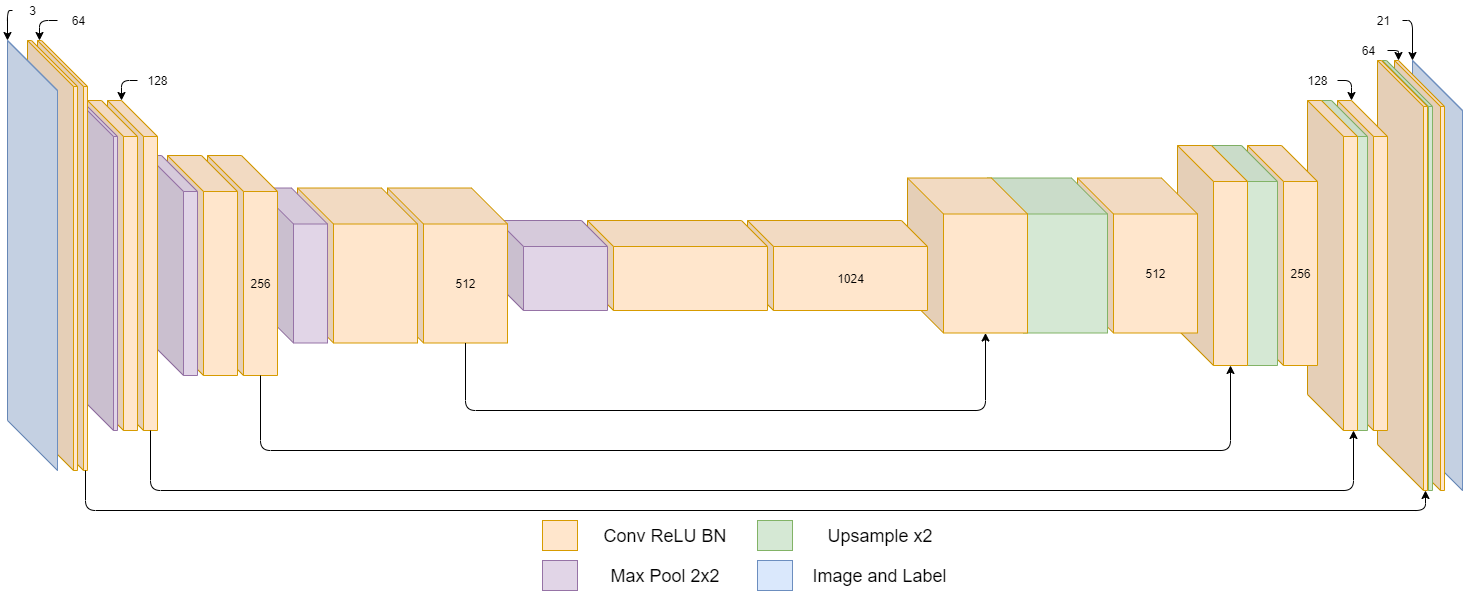
The draw.io diagram 3DSegmentNet.png in shroffs/PASCAL-VOC-2012-Segmentation-Experiment, before a commit. Source tidied: cells renumbered, new cells last; positions are measured from the earlier drawing's top-left corner, leaving out a move shared by most shapes.
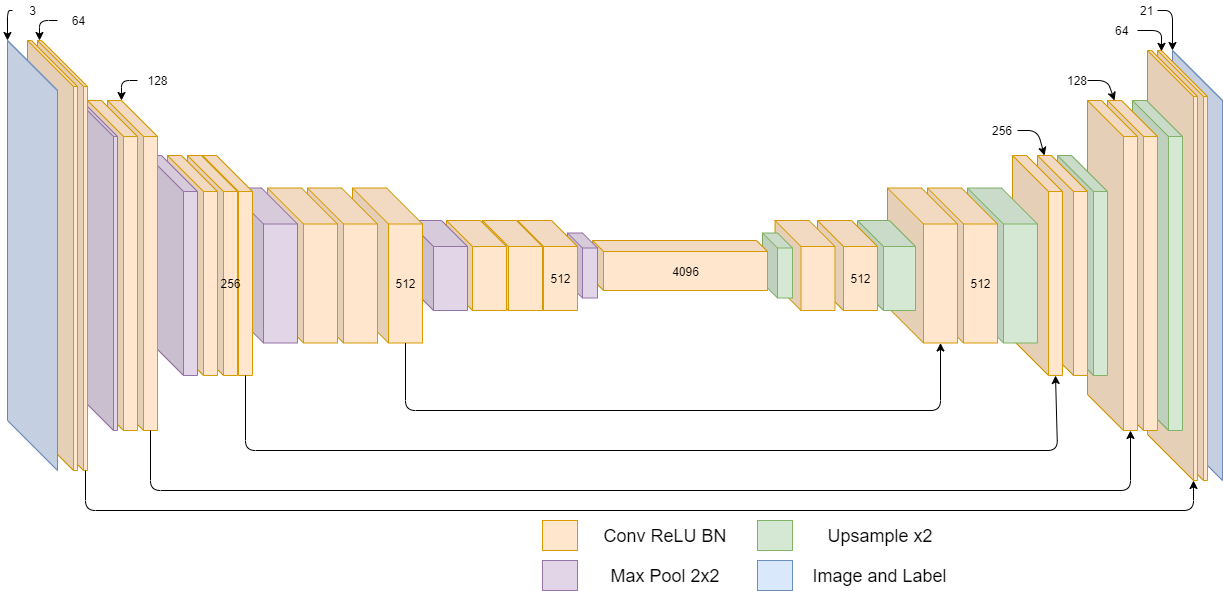
Above is the later version.

Change to the diagram source:
```diff
@@ -2,68 +2,92 @@
   <root>
     <mxCell id="0" />
     <mxCell id="1" parent="0" />
-    <mxCell id="2" style="shape=cube;whiteSpace=wrap;html=1;boundedLbl=1;backgroundOutline=1;darkOpacity=0.05;darkOpacity2=0.1;size=50;rotation=0;fillColor=#dae8fc;strokeColor=#6c8ebf;" parent="1" vertex="1">
-      <mxGeometry x="1405" y="60" width="50" height="430" as="geometry" />
-    </mxCell>
-    <mxCell id="3" style="shape=cube;whiteSpace=wrap;html=1;boundedLbl=1;backgroundOutline=1;darkOpacity=0.05;darkOpacity2=0.1;size=46;rotation=0;fillColor=#ffe6cc;strokeColor=#d79b00;" parent="1" vertex="1">
-      <mxGeometry x="1387" y="60" width="50" height="430" as="geometry" />
-    </mxCell>
-    <mxCell id="4" style="shape=cube;whiteSpace=wrap;html=1;boundedLbl=1;backgroundOutline=1;darkOpacity=0.05;darkOpacity2=0.1;size=46;rotation=0;fillColor=#d5e8d4;strokeColor=#82b366;" parent="1" vertex="1">
-      <mxGeometry x="1375" y="60" width="50" height="430" as="geometry" />
-    </mxCell>
-    <mxCell id="5" style="shape=cube;whiteSpace=wrap;html=1;boundedLbl=1;backgroundOutline=1;darkOpacity=0.05;darkOpacity2=0.1;size=46;rotation=0;fillColor=#ffe6cc;strokeColor=#d79b00;" parent="1" vertex="1">
-      <mxGeometry x="1370" y="60" width="50" height="430" as="geometry" />
-    </mxCell>
-    <mxCell id="6" style="shape=cube;whiteSpace=wrap;html=1;boundedLbl=1;backgroundOutline=1;darkOpacity=0.05;darkOpacity2=0.1;size=36;rotation=0;fillColor=#ffe6cc;strokeColor=#d79b00;" parent="1" vertex="1">
-      <mxGeometry x="1330" y="100" width="50" height="330" as="geometry" />
-    </mxCell>
-    <mxCell id="7" style="shape=cube;whiteSpace=wrap;html=1;boundedLbl=1;backgroundOutline=1;darkOpacity=0.05;darkOpacity2=0.1;size=36;rotation=0;fillColor=#d5e8d4;strokeColor=#82b366;" parent="1" vertex="1">
-      <mxGeometry x="1310" y="100" width="50" height="330" as="geometry" />
-    </mxCell>
-    <mxCell id="8" style="shape=cube;whiteSpace=wrap;html=1;boundedLbl=1;backgroundOutline=1;darkOpacity=0.05;darkOpacity2=0.1;size=36;rotation=0;fillColor=#ffe6cc;strokeColor=#d79b00;" parent="1" vertex="1">
-      <mxGeometry x="1300" y="100" width="50" height="330" as="geometry" />
-    </mxCell>
-    <mxCell id="9" value="256" style="shape=cube;whiteSpace=wrap;html=1;boundedLbl=1;backgroundOutline=1;darkOpacity=0.05;darkOpacity2=0.1;size=36;rotation=0;fillColor=#ffe6cc;strokeColor=#d79b00;" parent="1" vertex="1">
-      <mxGeometry x="1240" y="145" width="70" height="220" as="geometry" />
-    </mxCell>
-    <mxCell id="10" style="shape=cube;whiteSpace=wrap;html=1;boundedLbl=1;backgroundOutline=1;darkOpacity=0.05;darkOpacity2=0.1;size=36;rotation=0;fillColor=#d5e8d4;strokeColor=#82b366;" parent="1" vertex="1">
-      <mxGeometry x="1200" y="145" width="70" height="220" as="geometry" />
-    </mxCell>
-    <mxCell id="11" style="shape=cube;whiteSpace=wrap;html=1;boundedLbl=1;backgroundOutline=1;darkOpacity=0.05;darkOpacity2=0.1;size=36;rotation=0;fillColor=#ffe6cc;strokeColor=#d79b00;" parent="1" vertex="1">
-      <mxGeometry x="1170" y="145" width="70" height="220" as="geometry" />
-    </mxCell>
+    <mxCell id="54" style="shape=cube;whiteSpace=wrap;html=1;boundedLbl=1;backgroundOutline=1;darkOpacity=0.05;darkOpacity2=0.1;size=50;rotation=0;fillColor=#dae8fc;strokeColor=#6c8ebf;" parent="1" vertex="1">
+      <mxGeometry x="1165" y="50" width="50" height="430" as="geometry" />
+    </mxCell>
+    <mxCell id="55" style="shape=cube;whiteSpace=wrap;html=1;boundedLbl=1;backgroundOutline=1;darkOpacity=0.05;darkOpacity2=0.1;size=46;rotation=0;fillColor=#ffe6cc;strokeColor=#d79b00;" parent="1" vertex="1">
+      <mxGeometry x="1150" y="50" width="50" height="430" as="geometry" />
+    </mxCell>
+    <mxCell id="56" style="shape=cube;whiteSpace=wrap;html=1;boundedLbl=1;backgroundOutline=1;darkOpacity=0.05;darkOpacity2=0.1;size=46;rotation=0;fillColor=#ffe6cc;strokeColor=#d79b00;" parent="1" vertex="1">
+      <mxGeometry x="1140" y="50" width="50" height="430" as="geometry" />
+    </mxCell>
+    <mxCell id="57" style="shape=cube;whiteSpace=wrap;html=1;boundedLbl=1;backgroundOutline=1;darkOpacity=0.05;darkOpacity2=0.1;size=36;rotation=0;fillColor=#d5e8d4;strokeColor=#82b366;" parent="1" vertex="1">
+      <mxGeometry x="1125" y="100" width="50" height="330" as="geometry" />
+    </mxCell>
+    <mxCell id="58" style="shape=cube;whiteSpace=wrap;html=1;boundedLbl=1;backgroundOutline=1;darkOpacity=0.05;darkOpacity2=0.1;size=36;rotation=0;fillColor=#ffe6cc;strokeColor=#d79b00;" parent="1" vertex="1">
+      <mxGeometry x="1100" y="100" width="50" height="330" as="geometry" />
+    </mxCell>
+    <mxCell id="59" style="shape=cube;whiteSpace=wrap;html=1;boundedLbl=1;backgroundOutline=1;darkOpacity=0.05;darkOpacity2=0.1;size=36;rotation=0;fillColor=#ffe6cc;strokeColor=#d79b00;" parent="1" vertex="1">
+      <mxGeometry x="1080" y="100" width="50" height="330" as="geometry" />
+    </mxCell>
+    <mxCell id="60" style="shape=cube;whiteSpace=wrap;html=1;boundedLbl=1;backgroundOutline=1;darkOpacity=0.05;darkOpacity2=0.1;size=36;rotation=0;fillColor=#d5e8d4;strokeColor=#82b366;" parent="1" vertex="1">
+      <mxGeometry x="1050" y="155" width="50" height="220" as="geometry" />
+    </mxCell>
+    <mxCell id="61" style="shape=cube;whiteSpace=wrap;html=1;boundedLbl=1;backgroundOutline=1;darkOpacity=0.05;darkOpacity2=0.1;size=36;rotation=0;fillColor=#ffe6cc;strokeColor=#d79b00;" parent="1" vertex="1">
+      <mxGeometry x="1030" y="155" width="50" height="220" as="geometry" />
+    </mxCell>
+    <mxCell id="62" style="shape=cube;whiteSpace=wrap;html=1;boundedLbl=1;backgroundOutline=1;darkOpacity=0.05;darkOpacity2=0.1;size=36;rotation=0;fillColor=#ffe6cc;strokeColor=#d79b00;" parent="1" vertex="1">
+      <mxGeometry x="1005" y="155" width="50" height="220" as="geometry" />
+    </mxCell>
+    <mxCell id="63" style="shape=cube;whiteSpace=wrap;html=1;boundedLbl=1;backgroundOutline=1;darkOpacity=0.05;darkOpacity2=0.1;size=36;rotation=0;fillColor=#d5e8d4;strokeColor=#82b366;" parent="1" vertex="1">
+      <mxGeometry x="960" y="187.5" width="70" height="155" as="geometry" />
+    </mxCell>
     <mxCell id="12" value="512" style="shape=cube;whiteSpace=wrap;html=1;boundedLbl=1;backgroundOutline=1;darkOpacity=0.05;darkOpacity2=0.1;size=36;rotation=0;fillColor=#ffe6cc;strokeColor=#d79b00;" parent="1" vertex="1">
-      <mxGeometry x="1070" y="177.5" width="120" height="155" as="geometry" />
+      <mxGeometry x="920" y="187.5" width="70" height="155" as="geometry" />
     </mxCell>
-    <mxCell id="13" style="shape=cube;whiteSpace=wrap;html=1;boundedLbl=1;backgroundOutline=1;darkOpacity=0.05;darkOpacity2=0.1;size=36;rotation=0;fillColor=#d5e8d4;strokeColor=#82b366;" parent="1" vertex="1">
-      <mxGeometry x="980" y="177.5" width="120" height="155" as="geometry" />
-    </mxCell>
-    <mxCell id="14" style="shape=cube;whiteSpace=wrap;html=1;boundedLbl=1;backgroundOutline=1;darkOpacity=0.05;darkOpacity2=0.1;size=36;rotation=0;fillColor=#ffe6cc;strokeColor=#d79b00;" parent="1" vertex="1">
-      <mxGeometry x="900" y="177.5" width="120" height="155" as="geometry" />
-    </mxCell>
+    <mxCell id="64" style="shape=cube;whiteSpace=wrap;html=1;boundedLbl=1;backgroundOutline=1;darkOpacity=0.05;darkOpacity2=0.1;size=36;rotation=0;fillColor=#ffe6cc;strokeColor=#d79b00;" parent="1" vertex="1">
+      <mxGeometry x="880" y="187.5" width="70" height="155" as="geometry" />
+    </mxCell>
+    <mxCell id="65" style="shape=cube;whiteSpace=wrap;html=1;boundedLbl=1;backgroundOutline=1;darkOpacity=0.05;darkOpacity2=0.1;size=26;rotation=0;fillColor=#d5e8d4;strokeColor=#82b366;" parent="1" vertex="1">
+      <mxGeometry x="850" y="220" width="58" height="90" as="geometry" />
+    </mxCell>
+    <mxCell id="66" value="512" style="shape=cube;whiteSpace=wrap;html=1;boundedLbl=1;backgroundOutline=1;darkOpacity=0.05;darkOpacity2=0.1;size=26;rotation=0;fillColor=#ffe6cc;strokeColor=#d79b00;" parent="1" vertex="1">
+      <mxGeometry x="810" y="220" width="60" height="90" as="geometry" />
+    </mxCell>
+    <mxCell id="67" style="shape=cube;whiteSpace=wrap;html=1;boundedLbl=1;backgroundOutline=1;darkOpacity=0.05;darkOpacity2=0.1;size=26;rotation=0;fillColor=#ffe6cc;strokeColor=#d79b00;" parent="1" vertex="1">
+      <mxGeometry x="767.5" y="220" width="60" height="90" as="geometry" />
+    </mxCell>
+    <mxCell id="68" style="shape=cube;whiteSpace=wrap;html=1;boundedLbl=1;backgroundOutline=1;darkOpacity=0.05;darkOpacity2=0.1;size=15;rotation=0;fillColor=#d5e8d4;strokeColor=#82b366;" parent="1" vertex="1">
+      <mxGeometry x="755" y="232.5" width="30" height="65" as="geometry" />
+    </mxCell>
+    <mxCell id="69" value="4096" style="shape=cube;whiteSpace=wrap;html=1;boundedLbl=1;backgroundOutline=1;darkOpacity=0.05;darkOpacity2=0.1;size=11;rotation=0;fillColor=#ffe6cc;strokeColor=#d79b00;" parent="1" vertex="1">
+      <mxGeometry x="585" y="240" width="175" height="50" as="geometry" />
+    </mxCell>
+    <mxCell id="70" style="shape=cube;whiteSpace=wrap;html=1;boundedLbl=1;backgroundOutline=1;darkOpacity=0.05;darkOpacity2=0.1;size=15;rotation=0;fillColor=#e1d5e7;strokeColor=#9673a6;" parent="1" vertex="1">
+      <mxGeometry x="560" y="232.5" width="30" height="65" as="geometry" />
+    </mxCell>
-    <mxCell id="15" value="1024" style="shape=cube;whiteSpace=wrap;html=1;boundedLbl=1;backgroundOutline=1;darkOpacity=0.05;darkOpacity2=0.1;size=26;rotation=0;fillColor=#ffe6cc;strokeColor=#d79b00;" parent="1" vertex="1">
-      <mxGeometry x="740" y="220" width="180" height="90" as="geometry" />
+    <mxCell id="15" value="512" style="shape=cube;whiteSpace=wrap;html=1;boundedLbl=1;backgroundOutline=1;darkOpacity=0.05;darkOpacity2=0.1;size=26;rotation=0;fillColor=#ffe6cc;strokeColor=#d79b00;" parent="1" vertex="1">
+      <mxGeometry x="510" y="220" width="60" height="90" as="geometry" />
     </mxCell>
     <mxCell id="16" style="shape=cube;whiteSpace=wrap;html=1;boundedLbl=1;backgroundOutline=1;darkOpacity=0.05;darkOpacity2=0.1;size=26;rotation=0;fillColor=#ffe6cc;strokeColor=#d79b00;" parent="1" vertex="1">
-      <mxGeometry x="580" y="220" width="180" height="90" as="geometry" />
+      <mxGeometry x="475" y="220" width="60" height="90" as="geometry" />
     </mxCell>
+    <mxCell id="71" style="shape=cube;whiteSpace=wrap;html=1;boundedLbl=1;backgroundOutline=1;darkOpacity=0.05;darkOpacity2=0.1;size=26;rotation=0;fillColor=#ffe6cc;strokeColor=#d79b00;" parent="1" vertex="1">
+      <mxGeometry x="439" y="220" width="60" height="90" as="geometry" />
+    </mxCell>
     <mxCell id="17" style="shape=cube;whiteSpace=wrap;html=1;boundedLbl=1;backgroundOutline=1;darkOpacity=0.05;darkOpacity2=0.1;size=26;rotation=0;fillColor=#e1d5e7;strokeColor=#9673a6;" parent="1" vertex="1">
-      <mxGeometry x="490" y="220" width="110" height="90" as="geometry" />
+      <mxGeometry x="400" y="220" width="60" height="90" as="geometry" />
     </mxCell>
     <mxCell id="18" value="512" style="shape=cube;whiteSpace=wrap;html=1;boundedLbl=1;backgroundOutline=1;darkOpacity=0.05;darkOpacity2=0.1;size=36;rotation=0;fillColor=#ffe6cc;strokeColor=#d79b00;" parent="1" vertex="1">
-      <mxGeometry x="380" y="187.5" width="120" height="155" as="geometry" />
+      <mxGeometry x="345" y="187.5" width="70" height="155" as="geometry" />
     </mxCell>
     <mxCell id="19" style="shape=cube;whiteSpace=wrap;html=1;boundedLbl=1;backgroundOutline=1;darkOpacity=0.05;darkOpacity2=0.1;size=36;rotation=0;fillColor=#ffe6cc;strokeColor=#d79b00;" parent="1" vertex="1">
-      <mxGeometry x="290" y="187.5" width="120" height="155" as="geometry" />
+      <mxGeometry x="300" y="187.5" width="70" height="155" as="geometry" />
     </mxCell>
+    <mxCell id="72" style="shape=cube;whiteSpace=wrap;html=1;boundedLbl=1;backgroundOutline=1;darkOpacity=0.05;darkOpacity2=0.1;size=36;rotation=0;fillColor=#ffe6cc;strokeColor=#d79b00;" parent="1" vertex="1">
+      <mxGeometry x="260" y="187.5" width="70" height="155" as="geometry" />
+    </mxCell>
-    <mxCell id="20" style="shape=cube;whiteSpace=wrap;html=1;boundedLbl=1;backgroundOutline=1;darkOpacity=0.05;darkOpacity2=0.1;size=36;rotation=0;fillColor=#e1d5e7;strokeColor=#9673a6;" parent="1" vertex="1">
-      <mxGeometry x="250" y="187.5" width="70" height="155" as="geometry" />
+    <mxCell id="20" style="shape=cube;whiteSpace=wrap;html=1;boundedLbl=1;backgroundOutline=1;darkOpacity=0.05;darkOpacity2=0.1;size=36;rotation=0;fillColor=#e1d5e7;strokeColor=#9673a6;fontStyle=1;" parent="1" vertex="1">
+      <mxGeometry x="220" y="187.5" width="70" height="155" as="geometry" />
     </mxCell>
+    <mxCell id="73" style="shape=cube;whiteSpace=wrap;html=1;boundedLbl=1;backgroundOutline=1;darkOpacity=0.05;darkOpacity2=0.1;size=36;rotation=0;fillColor=#ffe6cc;strokeColor=#d79b00;" parent="1" vertex="1">
+      <mxGeometry x="195" y="155" width="50" height="220" as="geometry" />
+    </mxCell>
     <mxCell id="21" value="256" style="shape=cube;whiteSpace=wrap;html=1;boundedLbl=1;backgroundOutline=1;darkOpacity=0.05;darkOpacity2=0.1;size=36;rotation=0;fillColor=#ffe6cc;strokeColor=#d79b00;" parent="1" vertex="1">
-      <mxGeometry x="200" y="155" width="70" height="220" as="geometry" />
+      <mxGeometry x="180" y="155" width="50" height="220" as="geometry" />
     </mxCell>
     <mxCell id="22" style="shape=cube;whiteSpace=wrap;html=1;boundedLbl=1;backgroundOutline=1;darkOpacity=0.05;darkOpacity2=0.1;size=36;rotation=0;fillColor=#ffe6cc;strokeColor=#d79b00;" parent="1" vertex="1">
-      <mxGeometry x="160" y="155" width="70" height="220" as="geometry" />
+      <mxGeometry x="160" y="155" width="50" height="220" as="geometry" />
     </mxCell>
     <mxCell id="23" style="shape=cube;whiteSpace=wrap;html=1;boundedLbl=1;backgroundOutline=1;darkOpacity=0.05;darkOpacity2=0.1;size=36;rotation=0;fillColor=#e1d5e7;strokeColor=#9673a6;" parent="1" vertex="1">
       <mxGeometry x="140" y="155" width="50" height="220" as="geometry" />
@@ -86,35 +110,35 @@
     <mxCell id="29" style="shape=cube;whiteSpace=wrap;html=1;boundedLbl=1;backgroundOutline=1;darkOpacity=0.05;darkOpacity2=0.1;size=50;rotation=0;fillColor=#dae8fc;strokeColor=#6c8ebf;" parent="1" vertex="1">
       <mxGeometry y="40" width="50" height="430" as="geometry" />
     </mxCell>
-    <mxCell id="30" style="endArrow=classic;html=1;exitX=0;exitY=0;exitDx=48;exitDy=430;exitPerimeter=0;entryX=0;entryY=0;entryDx=48;entryDy=430;entryPerimeter=0;" parent="1" edge="1" source="27" target="5">
+    <mxCell id="30" style="endArrow=classic;html=1;exitX=0;exitY=0;exitDx=48;exitDy=430;exitPerimeter=0;entryX=0;entryY=0;entryDx=46;entryDy=430;entryPerimeter=0;" parent="1" edge="1" source="27" target="56">
       <mxGeometry relative="1" as="geometry">
         <Array as="points">
           <mxPoint x="78" y="510" />
-          <mxPoint x="1418" y="510" />
+          <mxPoint x="1186" y="510" />
         </Array>
       </mxGeometry>
     </mxCell>
-    <mxCell id="31" style="endArrow=classic;html=1;exitX=0;exitY=0;exitDx=43;exitDy=330;exitPerimeter=0;entryX=0;entryY=0;entryDx=36;entryDy=330;entryPerimeter=0;" parent="1" edge="1" source="24" target="7">
+    <mxCell id="31" style="endArrow=classic;html=1;exitX=0;exitY=0;exitDx=43;exitDy=330;exitPerimeter=0;entryX=0;entryY=0;entryDx=43;entryDy=330;entryPerimeter=0;" parent="1" edge="1" source="24" target="59">
       <mxGeometry relative="1" as="geometry">
         <Array as="points">
           <mxPoint x="143" y="490" />
-          <mxPoint x="1346" y="490" />
+          <mxPoint x="1123" y="490" />
         </Array>
       </mxGeometry>
     </mxCell>
-    <mxCell id="32" style="endArrow=classic;html=1;exitX=0;exitY=0;exitDx=53;exitDy=220;exitPerimeter=0;entryX=0;entryY=0;entryDx=53;entryDy=220;entryPerimeter=0;" parent="1" edge="1" source="21" target="11">
+    <mxCell id="32" style="endArrow=classic;html=1;exitX=0;exitY=0;exitDx=43;exitDy=220;exitPerimeter=0;entryX=0;entryY=0;entryDx=43;entryDy=220;entryPerimeter=0;" parent="1" edge="1" source="73" target="62">
       <mxGeometry relative="1" as="geometry">
         <Array as="points">
-          <mxPoint x="253" y="450" />
-          <mxPoint x="1223" y="450" />
+          <mxPoint x="238" y="450" />
+          <mxPoint x="1050" y="450" />
         </Array>
       </mxGeometry>
     </mxCell>
-    <mxCell id="33" style="endArrow=classic;html=1;exitX=0;exitY=0;exitDx=78;exitDy=155;exitPerimeter=0;entryX=0;entryY=0;entryDx=78;entryDy=155;entryPerimeter=0;" parent="1" edge="1" source="18" target="14">
+    <mxCell id="33" style="endArrow=classic;html=1;exitX=0;exitY=0;exitDx=53;exitDy=155;exitPerimeter=0;entryX=0;entryY=0;entryDx=53;entryDy=155;entryPerimeter=0;" parent="1" edge="1" source="18" target="64">
       <mxGeometry relative="1" as="geometry">
         <Array as="points">
-          <mxPoint x="458" y="410" />
-          <mxPoint x="978" y="410" />
+          <mxPoint x="398" y="410" />
+          <mxPoint x="933" y="410" />
         </Array>
       </mxGeometry>
     </mxCell>
@@ -148,36 +172,6 @@
     <mxCell id="39" value="128" style="text;html=1;strokeColor=none;fillColor=none;align=center;verticalAlign=middle;whiteSpace=wrap;rounded=0;" parent="1" vertex="1">
       <mxGeometry x="130" y="70" width="40" height="20" as="geometry" />
     </mxCell>
-    <mxCell id="40" style="endArrow=classic;html=1;entryX=0;entryY=0;entryDx=14;entryDy=0;entryPerimeter=0;" parent="1" edge="1" source="41" target="6">
-      <mxGeometry relative="1" as="geometry">
-        <Array as="points">
-          <mxPoint x="1344" y="80" />
-        </Array>
-      </mxGeometry>
-    </mxCell>
-    <mxCell id="41" value="128" style="text;html=1;strokeColor=none;fillColor=none;align=center;verticalAlign=middle;whiteSpace=wrap;rounded=0;" parent="1" vertex="1">
-      <mxGeometry x="1290" y="70" width="40" height="20" as="geometry" />
-    </mxCell>
-    <mxCell id="42" style="endArrow=classic;html=1;entryX=0;entryY=0;entryDx=4;entryDy=0;entryPerimeter=0;" parent="1" edge="1" source="43" target="3">
-      <mxGeometry relative="1" as="geometry">
-        <Array as="points">
-          <mxPoint x="1391" y="50" />
-        </Array>
-      </mxGeometry>
-    </mxCell>
-    <mxCell id="43" value="64" style="text;html=1;strokeColor=none;fillColor=none;align=center;verticalAlign=middle;whiteSpace=wrap;rounded=0;" parent="1" vertex="1">
-      <mxGeometry x="1340" y="40" width="40" height="20" as="geometry" />
-    </mxCell>
-    <mxCell id="44" style="endArrow=classic;html=1;entryX=0;entryY=0;entryDx=0;entryDy=0;entryPerimeter=0;" parent="1" edge="1" source="45" target="2">
-      <mxGeometry relative="1" as="geometry">
-        <Array as="points">
-          <mxPoint x="1405" y="20" />
-        </Array>
-      </mxGeometry>
-    </mxCell>
-    <mxCell id="45" value="21" style="text;html=1;strokeColor=none;fillColor=none;align=center;verticalAlign=middle;whiteSpace=wrap;rounded=0;" parent="1" vertex="1">
-      <mxGeometry x="1355" y="10" width="40" height="20" as="geometry" />
-    </mxCell>
     <mxCell id="46" style="rounded=0;whiteSpace=wrap;html=1;fillColor=#ffe6cc;strokeColor=#d79b00;" parent="1" vertex="1">
       <mxGeometry x="535" y="520" width="35" height="30" as="geometry" />
     </mxCell>
@@ -202,5 +196,49 @@
     <mxCell id="53" value="&lt;font style=&quot;font-size: 18px&quot;&gt;Image and Label&lt;/font&gt;" style="text;html=1;strokeColor=none;fillColor=none;align=center;verticalAlign=middle;whiteSpace=wrap;rounded=0;strokeWidth=8;" parent="1" vertex="1">
       <mxGeometry x="800" y="565" width="145" height="20" as="geometry" />
     </mxCell>
+    <mxCell id="74" style="endArrow=classic;html=1;entryX=0;entryY=0;entryDx=7;entryDy=0;entryPerimeter=0;" parent="1" edge="1" target="61">
+      <mxGeometry relative="1" as="geometry">
+        <mxPoint x="1010" y="130" as="sourcePoint" />
+        <Array as="points">
+          <mxPoint x="1030" y="130" />
+        </Array>
+      </mxGeometry>
+    </mxCell>
+    <mxCell id="9" value="256&lt;br&gt;" style="text;html=1;align=center;verticalAlign=middle;" parent="1" vertex="1">
+      <mxGeometry x="975" y="120" width="40" height="20" as="geometry" />
+    </mxCell>
+    <mxCell id="75" style="endArrow=classic;html=1;entryX=0;entryY=0;entryDx=7;entryDy=0;entryPerimeter=0;" parent="1" edge="1" target="58">
+      <mxGeometry relative="1" as="geometry">
+        <mxPoint x="1080" y="80" as="sourcePoint" />
+        <Array as="points">
+          <mxPoint x="1100" y="80" />
+        </Array>
+      </mxGeometry>
+    </mxCell>
+    <mxCell id="41" value="128&lt;br&gt;" style="text;html=1;align=center;verticalAlign=middle;points=[];" parent="1" vertex="1">
+      <mxGeometry x="1050" y="70" width="40" height="20" as="geometry" />
+    </mxCell>
+    <mxCell id="76" style="endArrow=classic;html=1;entryX=0.28;entryY=0.002;entryDx=0;entryDy=0;entryPerimeter=0;" parent="1" edge="1" target="56">
+      <mxGeometry relative="1" as="geometry">
+        <mxPoint x="1130" y="30" as="sourcePoint" />
+        <Array as="points">
+          <mxPoint x="1154" y="30" />
+        </Array>
+      </mxGeometry>
+    </mxCell>
+    <mxCell id="43" value="64" style="text;html=1;align=center;verticalAlign=middle;points=[];" parent="1" vertex="1">
+      <mxGeometry x="1100" y="20" width="30" height="20" as="geometry" />
+    </mxCell>
+    <mxCell id="77" style="endArrow=classic;html=1;entryX=0;entryY=0;entryDx=0;entryDy=0;entryPerimeter=0;" parent="1" edge="1" target="54">
+      <mxGeometry relative="1" as="geometry">
+        <mxPoint x="1150" y="10" as="sourcePoint" />
+        <Array as="points">
+          <mxPoint x="1165" y="10" />
+        </Array>
+      </mxGeometry>
+    </mxCell>
+    <mxCell id="45" value="21" style="text;html=1;align=center;verticalAlign=middle;points=[];" parent="1" vertex="1">
+      <mxGeometry x="1125" width="30" height="20" as="geometry" />
+    </mxCell>
   </root>
 </mxGraphModel>
```
